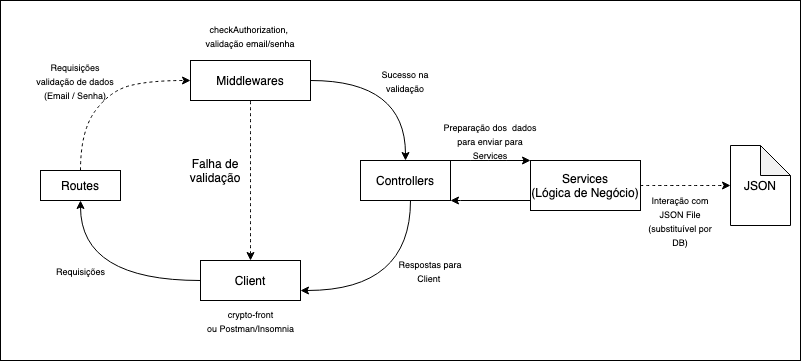
The draw.io diagram architecture.png in bpoliana/crypto-api, before a commit. Source tidied: cells renumbered, new cells last; positions are measured from the earlier drawing's top-left corner, leaving out a move shared by most shapes. Source of this version:
```xml
<mxGraphModel>
  <root>
    <mxCell id="0" />
    <mxCell id="1" parent="0" />
    <mxCell id="2" style="rounded=0;whiteSpace=wrap;html=1;" parent="1" vertex="1">
      <mxGeometry width="800" height="360" as="geometry" />
    </mxCell>
    <mxCell id="3" value="Routes" style="rounded=0;whiteSpace=wrap;html=1;" parent="1" vertex="1">
      <mxGeometry x="40" y="170" width="80" height="30" as="geometry" />
    </mxCell>
    <mxCell id="4" style="edgeStyle=orthogonalEdgeStyle;curved=1;jettySize=auto;html=1;entryX=0.5;entryY=0;entryDx=0;entryDy=0;startArrow=none;startFill=0;endArrow=classic;endFill=1;" parent="1" edge="1" source="5" target="11">
      <mxGeometry relative="1" as="geometry" />
    </mxCell>
    <mxCell id="5" value="Middlewares&lt;br&gt;" style="rounded=0;whiteSpace=wrap;html=1;" parent="1" vertex="1">
      <mxGeometry x="190" y="60" width="120" height="40" as="geometry" />
    </mxCell>
    <mxCell id="6" style="edgeStyle=orthogonalEdgeStyle;curved=1;jettySize=auto;html=1;exitX=0.5;exitY=0;exitDx=0;exitDy=0;entryX=0.5;entryY=1;entryDx=0;entryDy=0;startArrow=classic;startFill=1;endArrow=none;endFill=0;dashed=1;" parent="1" edge="1" source="7" target="5">
      <mxGeometry relative="1" as="geometry" />
    </mxCell>
    <mxCell id="7" value="Client&lt;br&gt;" style="rounded=0;whiteSpace=wrap;html=1;" parent="1" vertex="1">
      <mxGeometry x="200" y="260" width="100" height="40" as="geometry" />
    </mxCell>
    <mxCell id="8" style="edgeStyle=orthogonalEdgeStyle;curved=1;jettySize=auto;html=1;entryX=1;entryY=0.75;entryDx=0;entryDy=0;startArrow=none;startFill=0;endArrow=classic;endFill=1;" parent="1" edge="1" source="11" target="7">
      <mxGeometry relative="1" as="geometry">
        <Array as="points">
          <mxPoint x="410" y="290" />
        </Array>
      </mxGeometry>
    </mxCell>
    <mxCell id="9" style="edgeStyle=orthogonalEdgeStyle;curved=1;jettySize=auto;html=1;entryX=0;entryY=0;entryDx=0;entryDy=0;startArrow=none;startFill=0;endArrow=classic;endFill=1;" parent="1" edge="1" source="11" target="13">
      <mxGeometry relative="1" as="geometry">
        <Array as="points">
          <mxPoint x="490" y="160" />
          <mxPoint x="490" y="160" />
        </Array>
      </mxGeometry>
    </mxCell>
    <mxCell id="10" style="edgeStyle=orthogonalEdgeStyle;jettySize=auto;html=1;startArrow=classic;startFill=1;endArrow=none;endFill=0;rounded=0;entryX=0;entryY=1;entryDx=0;entryDy=0;" parent="1" edge="1" source="11" target="13">
      <mxGeometry relative="1" as="geometry">
        <Array as="points">
          <mxPoint x="460" y="200" />
          <mxPoint x="460" y="200" />
        </Array>
      </mxGeometry>
    </mxCell>
    <mxCell id="11" value="Controllers" style="rounded=0;whiteSpace=wrap;html=1;" parent="1" vertex="1">
      <mxGeometry x="360" y="160" width="90" height="40" as="geometry" />
    </mxCell>
    <mxCell id="12" style="edgeStyle=orthogonalEdgeStyle;curved=1;jettySize=auto;html=1;dashed=1;startArrow=none;startFill=0;endArrow=classic;endFill=1;" parent="1" edge="1" source="13" target="14">
      <mxGeometry relative="1" as="geometry" />
    </mxCell>
    <mxCell id="13" value="Services&lt;br&gt;(Lógica de Negócio)" style="whiteSpace=wrap;html=1;" parent="1" vertex="1">
      <mxGeometry x="530" y="160" width="110" height="50" as="geometry" />
    </mxCell>
    <mxCell id="14" value="JSON" style="shape=note;whiteSpace=wrap;html=1;backgroundOutline=1;darkOpacity=0.05;" parent="1" vertex="1">
      <mxGeometry x="730" y="145" width="60" height="80" as="geometry" />
    </mxCell>
    <mxCell id="15" style="endArrow=classic;html=1;exitX=0.5;exitY=0;exitDx=0;exitDy=0;entryX=0;entryY=0.5;entryDx=0;entryDy=0;curved=1;dashed=1;" parent="1" edge="1" source="3" target="5">
      <mxGeometry relative="1" as="geometry">
        <Array as="points">
          <mxPoint x="80" y="130" />
          <mxPoint x="110" y="90" />
          <mxPoint x="150" y="80" />
        </Array>
      </mxGeometry>
    </mxCell>
    <mxCell id="16" style="endArrow=none;html=1;exitX=0.5;exitY=1;exitDx=0;exitDy=0;entryX=0;entryY=0.5;entryDx=0;entryDy=0;curved=1;startArrow=classic;startFill=1;endFill=0;" parent="1" edge="1" source="3" target="7">
      <mxGeometry relative="1" as="geometry">
        <Array as="points">
          <mxPoint x="80" y="280" />
        </Array>
      </mxGeometry>
    </mxCell>
    <mxCell id="17" value="&lt;font style=&quot;font-size: 9px&quot;&gt;Respostas para Client&amp;nbsp;&lt;/font&gt;" style="text;html=1;strokeColor=none;fillColor=none;align=center;verticalAlign=middle;whiteSpace=wrap;rounded=0;" parent="1" vertex="1">
      <mxGeometry x="390" y="260" width="80" height="20" as="geometry" />
    </mxCell>
    <mxCell id="18" value="Falha de validação" style="text;html=1;strokeColor=none;fillColor=none;align=center;verticalAlign=middle;whiteSpace=wrap;rounded=0;" parent="1" vertex="1">
      <mxGeometry x="180" y="160" width="70" height="20" as="geometry" />
    </mxCell>
    <mxCell id="19" value="&lt;font style=&quot;font-size: 9px&quot;&gt;Requisições&lt;/font&gt;" style="text;html=1;align=center;verticalAlign=middle;" parent="1" vertex="1">
      <mxGeometry x="50" y="260" width="60" height="20" as="geometry" />
    </mxCell>
    <mxCell id="20" value="&lt;font style=&quot;font-size: 9px&quot;&gt;Interação com JSON File&lt;br&gt;(substituível por DB)&lt;/font&gt;" style="text;html=1;strokeColor=none;fillColor=none;align=center;verticalAlign=middle;whiteSpace=wrap;rounded=0;" parent="1" vertex="1">
      <mxGeometry x="640" y="200" width="80" height="40" as="geometry" />
    </mxCell>
    <mxCell id="21" value="&lt;font style=&quot;font-size: 9px&quot;&gt;Preparação dos&amp;nbsp; dados para enviar para Services&lt;/font&gt;" style="text;html=1;strokeColor=none;fillColor=none;align=center;verticalAlign=middle;whiteSpace=wrap;rounded=0;" parent="1" vertex="1">
      <mxGeometry x="440" y="130" width="100" height="20" as="geometry" />
    </mxCell>
    <mxCell id="22" value="&lt;font style=&quot;font-size: 9px&quot;&gt;Sucesso na validação&lt;/font&gt;" style="text;html=1;strokeColor=none;fillColor=none;align=center;verticalAlign=middle;whiteSpace=wrap;rounded=0;" parent="1" vertex="1">
      <mxGeometry x="370" y="70" width="70" height="20" as="geometry" />
    </mxCell>
    <mxCell id="23" value="&lt;font style=&quot;font-size: 9px&quot;&gt;Requisições&lt;br&gt;validação de dados&lt;br&gt;(Email / Senha)&lt;br&gt;&lt;/font&gt;" style="text;html=1;strokeColor=none;fillColor=none;align=center;verticalAlign=middle;whiteSpace=wrap;rounded=0;" parent="1" vertex="1">
      <mxGeometry x="10" y="70" width="130" height="20" as="geometry" />
    </mxCell>
    <mxCell id="24" value="&lt;font style=&quot;font-size: 9px&quot;&gt;checkAuthorization, &lt;br&gt;validação email/senha&lt;/font&gt;" style="text;html=1;strokeColor=none;fillColor=none;align=center;verticalAlign=middle;whiteSpace=wrap;rounded=0;" parent="1" vertex="1">
      <mxGeometry x="180" y="20" width="140" height="30" as="geometry" />
    </mxCell>
    <mxCell id="25" value="&lt;font style=&quot;font-size: 9px&quot;&gt;crypto-front&lt;br&gt;ou Postman/Insomnia&lt;/font&gt;" style="text;html=1;align=center;verticalAlign=middle;" parent="1" vertex="1">
      <mxGeometry x="200" y="300" width="100" height="40" as="geometry" />
    </mxCell>
  </root>
</mxGraphModel>
```
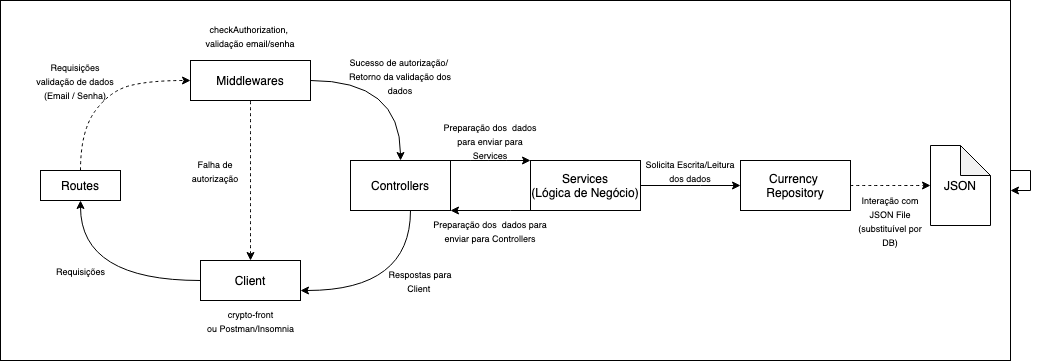
After the change.

Change to the diagram source:
```diff
@@ -3,7 +3,7 @@
     <mxCell id="0" />
     <mxCell id="1" parent="0" />
     <mxCell id="2" style="rounded=0;whiteSpace=wrap;html=1;" parent="1" vertex="1">
-      <mxGeometry width="800" height="360" as="geometry" />
+      <mxGeometry width="1010" height="360" as="geometry" />
     </mxCell>
     <mxCell id="3" value="Routes" style="rounded=0;whiteSpace=wrap;html=1;" parent="1" vertex="1">
       <mxGeometry x="40" y="170" width="80" height="30" as="geometry" />
@@ -38,22 +38,30 @@
     <mxCell id="10" style="edgeStyle=orthogonalEdgeStyle;jettySize=auto;html=1;startArrow=classic;startFill=1;endArrow=none;endFill=0;rounded=0;entryX=0;entryY=1;entryDx=0;entryDy=0;" parent="1" edge="1" source="11" target="13">
       <mxGeometry relative="1" as="geometry">
         <Array as="points">
-          <mxPoint x="460" y="200" />
-          <mxPoint x="460" y="200" />
+          <mxPoint x="510" y="210" />
+          <mxPoint x="510" y="210" />
         </Array>
       </mxGeometry>
     </mxCell>
     <mxCell id="11" value="Controllers" style="rounded=0;whiteSpace=wrap;html=1;" parent="1" vertex="1">
-      <mxGeometry x="360" y="160" width="90" height="40" as="geometry" />
+      <mxGeometry x="350" y="160" width="100" height="50" as="geometry" />
     </mxCell>
-    <mxCell id="12" style="edgeStyle=orthogonalEdgeStyle;curved=1;jettySize=auto;html=1;dashed=1;startArrow=none;startFill=0;endArrow=classic;endFill=1;" parent="1" edge="1" source="13" target="14">
+    <mxCell id="12" style="edgeStyle=orthogonalEdgeStyle;curved=1;jettySize=auto;html=1;dashed=1;startArrow=none;startFill=0;endArrow=classic;endFill=1;exitX=1;exitY=0.5;exitDx=0;exitDy=0;" parent="1" edge="1" source="28" target="14">
       <mxGeometry relative="1" as="geometry" />
     </mxCell>
+    <mxCell id="26" style="edgeStyle=orthogonalEdgeStyle;rounded=0;jettySize=auto;html=1;startArrow=none;startFill=0;endArrow=classic;endFill=1;" parent="1" edge="1" source="13" target="28">
+      <mxGeometry relative="1" as="geometry">
+        <Array as="points">
+          <mxPoint x="700" y="185" />
+          <mxPoint x="700" y="185" />
+        </Array>
+      </mxGeometry>
+    </mxCell>
     <mxCell id="13" value="Services&lt;br&gt;(Lógica de Negócio)" style="whiteSpace=wrap;html=1;" parent="1" vertex="1">
       <mxGeometry x="530" y="160" width="110" height="50" as="geometry" />
     </mxCell>
     <mxCell id="14" value="JSON" style="shape=note;whiteSpace=wrap;html=1;backgroundOutline=1;darkOpacity=0.05;" parent="1" vertex="1">
-      <mxGeometry x="730" y="145" width="60" height="80" as="geometry" />
+      <mxGeometry x="930" y="145" width="60" height="80" as="geometry" />
     </mxCell>
     <mxCell id="15" style="endArrow=classic;html=1;exitX=0.5;exitY=0;exitDx=0;exitDy=0;entryX=0;entryY=0.5;entryDx=0;entryDy=0;curved=1;dashed=1;" parent="1" edge="1" source="3" target="5">
       <mxGeometry relative="1" as="geometry">
@@ -72,22 +80,22 @@
       </mxGeometry>
     </mxCell>
     <mxCell id="17" value="&lt;font style=&quot;font-size: 9px&quot;&gt;Respostas para Client&amp;nbsp;&lt;/font&gt;" style="text;html=1;strokeColor=none;fillColor=none;align=center;verticalAlign=middle;whiteSpace=wrap;rounded=0;" parent="1" vertex="1">
-      <mxGeometry x="390" y="260" width="80" height="20" as="geometry" />
+      <mxGeometry x="380" y="270" width="80" height="20" as="geometry" />
     </mxCell>
-    <mxCell id="18" value="Falha de validação" style="text;html=1;strokeColor=none;fillColor=none;align=center;verticalAlign=middle;whiteSpace=wrap;rounded=0;" parent="1" vertex="1">
+    <mxCell id="18" value="&lt;font style=&quot;font-size: 9px&quot;&gt;Falha de autorização&lt;/font&gt;" style="text;html=1;strokeColor=none;fillColor=none;align=center;verticalAlign=middle;whiteSpace=wrap;rounded=0;" parent="1" vertex="1">
       <mxGeometry x="180" y="160" width="70" height="20" as="geometry" />
     </mxCell>
     <mxCell id="19" value="&lt;font style=&quot;font-size: 9px&quot;&gt;Requisições&lt;/font&gt;" style="text;html=1;align=center;verticalAlign=middle;" parent="1" vertex="1">
       <mxGeometry x="50" y="260" width="60" height="20" as="geometry" />
     </mxCell>
     <mxCell id="20" value="&lt;font style=&quot;font-size: 9px&quot;&gt;Interação com JSON File&lt;br&gt;(substituível por DB)&lt;/font&gt;" style="text;html=1;strokeColor=none;fillColor=none;align=center;verticalAlign=middle;whiteSpace=wrap;rounded=0;" parent="1" vertex="1">
-      <mxGeometry x="640" y="200" width="80" height="40" as="geometry" />
+      <mxGeometry x="850" y="200" width="80" height="40" as="geometry" />
     </mxCell>
     <mxCell id="21" value="&lt;font style=&quot;font-size: 9px&quot;&gt;Preparação dos&amp;nbsp; dados para enviar para Services&lt;/font&gt;" style="text;html=1;strokeColor=none;fillColor=none;align=center;verticalAlign=middle;whiteSpace=wrap;rounded=0;" parent="1" vertex="1">
       <mxGeometry x="440" y="130" width="100" height="20" as="geometry" />
     </mxCell>
-    <mxCell id="22" value="&lt;font style=&quot;font-size: 9px&quot;&gt;Sucesso na validação&lt;/font&gt;" style="text;html=1;strokeColor=none;fillColor=none;align=center;verticalAlign=middle;whiteSpace=wrap;rounded=0;" parent="1" vertex="1">
-      <mxGeometry x="370" y="70" width="70" height="20" as="geometry" />
+    <mxCell id="22" value="&lt;font style=&quot;font-size: 9px&quot;&gt;Sucesso de autorização/&amp;nbsp;&lt;br&gt;Retorno da validação dos dados&lt;br&gt;&lt;/font&gt;" style="text;html=1;strokeColor=none;fillColor=none;align=center;verticalAlign=middle;whiteSpace=wrap;rounded=0;" parent="1" vertex="1">
+      <mxGeometry x="345" y="50" width="110" height="50" as="geometry" />
     </mxCell>
     <mxCell id="23" value="&lt;font style=&quot;font-size: 9px&quot;&gt;Requisições&lt;br&gt;validação de dados&lt;br&gt;(Email / Senha)&lt;br&gt;&lt;/font&gt;" style="text;html=1;strokeColor=none;fillColor=none;align=center;verticalAlign=middle;whiteSpace=wrap;rounded=0;" parent="1" vertex="1">
       <mxGeometry x="10" y="70" width="130" height="20" as="geometry" />
@@ -98,5 +106,17 @@
     <mxCell id="25" value="&lt;font style=&quot;font-size: 9px&quot;&gt;crypto-front&lt;br&gt;ou Postman/Insomnia&lt;/font&gt;" style="text;html=1;align=center;verticalAlign=middle;" parent="1" vertex="1">
       <mxGeometry x="200" y="300" width="100" height="40" as="geometry" />
     </mxCell>
+    <mxCell id="27" value="&lt;font style=&quot;font-size: 9px&quot;&gt;Preparação dos&amp;nbsp; dados para enviar para Controllers&lt;/font&gt;" style="text;html=1;strokeColor=none;fillColor=none;align=center;verticalAlign=middle;whiteSpace=wrap;rounded=0;" parent="1" vertex="1">
+      <mxGeometry x="430" y="220" width="120" height="20" as="geometry" />
+    </mxCell>
+    <mxCell id="28" value="Currency &lt;br&gt;Repository" style="rounded=0;whiteSpace=wrap;html=1;fillColor=#FFFFFF;" parent="1" vertex="1">
+      <mxGeometry x="740" y="160" width="110" height="50" as="geometry" />
+    </mxCell>
+    <mxCell id="29" style="edgeStyle=orthogonalEdgeStyle;rounded=0;orthogonalLoop=1;jettySize=auto;html=1;startArrow=none;startFill=0;endArrow=classic;endFill=1;" parent="1" edge="1" source="2" target="2">
+      <mxGeometry relative="1" as="geometry" />
+    </mxCell>
+    <mxCell id="30" value="&lt;font style=&quot;font-size: 9px&quot;&gt;Solicita Escrita/Leitura dos dados&lt;/font&gt;" style="text;html=1;strokeColor=none;fillColor=none;align=center;verticalAlign=middle;whiteSpace=wrap;rounded=0;" parent="1" vertex="1">
+      <mxGeometry x="640" y="160" width="100" height="20" as="geometry" />
+    </mxCell>
   </root>
 </mxGraphModel>
```
